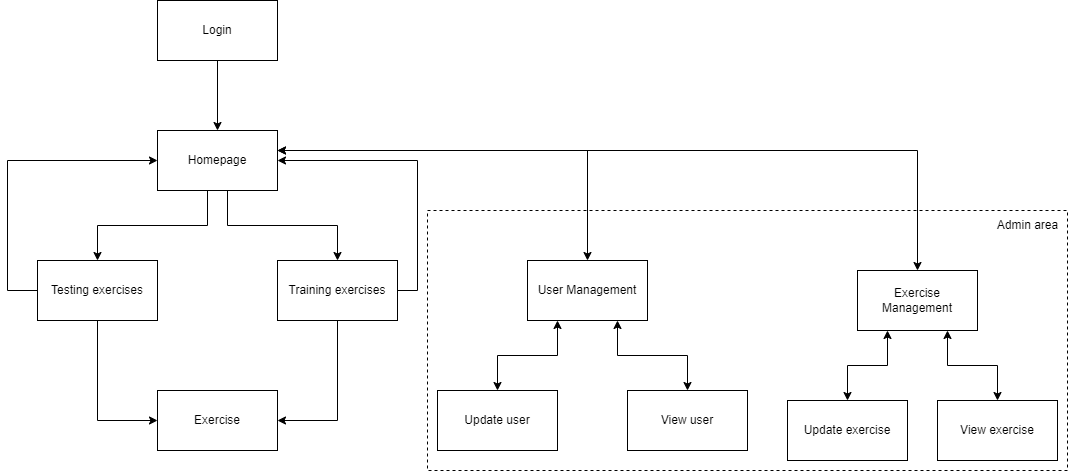
The draw.io diagram design/sitemap.png in otto2048/honours-project, before a commit. Source tidied: cells renumbered, new cells last; positions are measured from the earlier drawing's top-left corner, leaving out a move shared by most shapes.
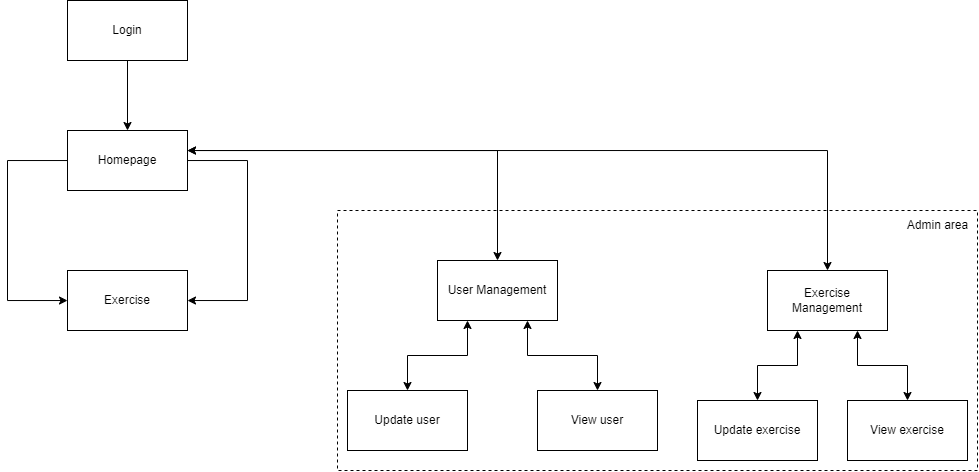
After the commit.

Diff of the diagram source:
```diff
@@ -8,22 +8,6 @@
     <mxCell id="3" value="Login" style="rounded=0;whiteSpace=wrap;html=1;" parent="1" vertex="1">
       <mxGeometry x="150" width="120" height="60" as="geometry" />
     </mxCell>
-    <mxCell id="4" style="edgeStyle=orthogonalEdgeStyle;rounded=0;jettySize=auto;html=1;" parent="1" edge="1" source="8" target="11">
-      <mxGeometry relative="1" as="geometry">
-        <Array as="points">
-          <mxPoint x="200" y="225" />
-          <mxPoint x="90" y="225" />
-        </Array>
-      </mxGeometry>
-    </mxCell>
-    <mxCell id="5" style="edgeStyle=orthogonalEdgeStyle;rounded=0;jettySize=auto;html=1;" parent="1" edge="1" source="8" target="14">
-      <mxGeometry relative="1" as="geometry">
-        <Array as="points">
-          <mxPoint x="220" y="225" />
-          <mxPoint x="330" y="225" />
-        </Array>
-      </mxGeometry>
-    </mxCell>
     <mxCell id="6" style="edgeStyle=orthogonalEdgeStyle;rounded=0;jettySize=auto;html=1;startArrow=classic;startFill=1;" parent="1" edge="1" source="8" target="18">
       <mxGeometry relative="1" as="geometry">
         <Array as="points">
@@ -41,44 +25,24 @@
     <mxCell id="8" value="Homepage" style="rounded=0;whiteSpace=wrap;html=1;" parent="1" vertex="1">
       <mxGeometry x="150" y="130" width="120" height="60" as="geometry" />
     </mxCell>
-    <mxCell id="9" style="edgeStyle=orthogonalEdgeStyle;rounded=0;jettySize=auto;html=1;" parent="1" edge="1" source="11" target="15">
+    <mxCell id="9" style="edgeStyle=orthogonalEdgeStyle;rounded=0;jettySize=auto;html=1;" parent="1" edge="1" source="8" target="15">
       <mxGeometry relative="1" as="geometry">
         <Array as="points">
-          <mxPoint x="90" y="420" />
+          <mxPoint x="90" y="160" />
+          <mxPoint x="90" y="300" />
         </Array>
       </mxGeometry>
     </mxCell>
-    <mxCell id="10" style="edgeStyle=orthogonalEdgeStyle;rounded=0;jettySize=auto;html=1;" parent="1" edge="1" source="11" target="8">
-      <mxGeometry relative="1" as="geometry">
-        <Array as="points">
-          <mxPoint y="290" />
-          <mxPoint y="160" />
-        </Array>
-      </mxGeometry>
-    </mxCell>
-    <mxCell id="11" value="Testing exercises" style="rounded=0;whiteSpace=wrap;html=1;" parent="1" vertex="1">
-      <mxGeometry x="30" y="260" width="120" height="60" as="geometry" />
-    </mxCell>
-    <mxCell id="12" style="edgeStyle=orthogonalEdgeStyle;rounded=0;jettySize=auto;html=1;" parent="1" edge="1" source="14" target="15">
+    <mxCell id="12" style="edgeStyle=orthogonalEdgeStyle;rounded=0;jettySize=auto;html=1;" parent="1" edge="1" source="8" target="15">
       <mxGeometry relative="1" as="geometry">
         <Array as="points">
-          <mxPoint x="330" y="420" />
+          <mxPoint x="330" y="160" />
+          <mxPoint x="330" y="300" />
         </Array>
       </mxGeometry>
     </mxCell>
-    <mxCell id="13" style="edgeStyle=orthogonalEdgeStyle;rounded=0;jettySize=auto;html=1;" parent="1" edge="1" source="14" target="8">
-      <mxGeometry relative="1" as="geometry">
-        <Array as="points">
-          <mxPoint x="410" y="290" />
-          <mxPoint x="410" y="160" />
-        </Array>
-      </mxGeometry>
-    </mxCell>
-    <mxCell id="14" value="Training exercises" style="rounded=0;whiteSpace=wrap;html=1;" parent="1" vertex="1">
-      <mxGeometry x="270" y="260" width="120" height="60" as="geometry" />
-    </mxCell>
     <mxCell id="15" value="Exercise" style="rounded=0;whiteSpace=wrap;html=1;" parent="1" vertex="1">
-      <mxGeometry x="150" y="390" width="120" height="60" as="geometry" />
+      <mxGeometry x="150" y="270" width="120" height="60" as="geometry" />
     </mxCell>
     <mxCell id="16" style="edgeStyle=orthogonalEdgeStyle;rounded=0;jettySize=auto;html=1;startArrow=classic;startFill=1;" parent="1" edge="1" source="18" target="20">
       <mxGeometry relative="1" as="geometry">
```
